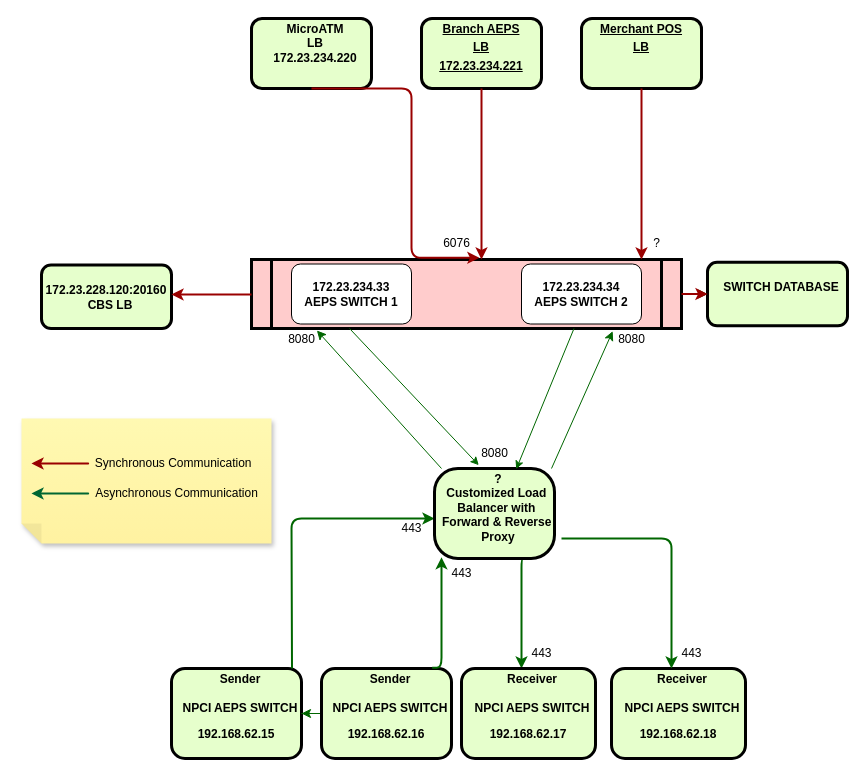
KrishnaST/corelib keeps this draw.io diagram as Untitled Diagram.drawio. Above is the earlier version. Source tidied: cells renumbered, new cells numbered last; positions are measured from the earlier drawing's top-left corner, leaving out a move shared by most shapes. Both pictures are drawn from the tidied source at 100%, with x=0, y=0 at pixel (21, 18).
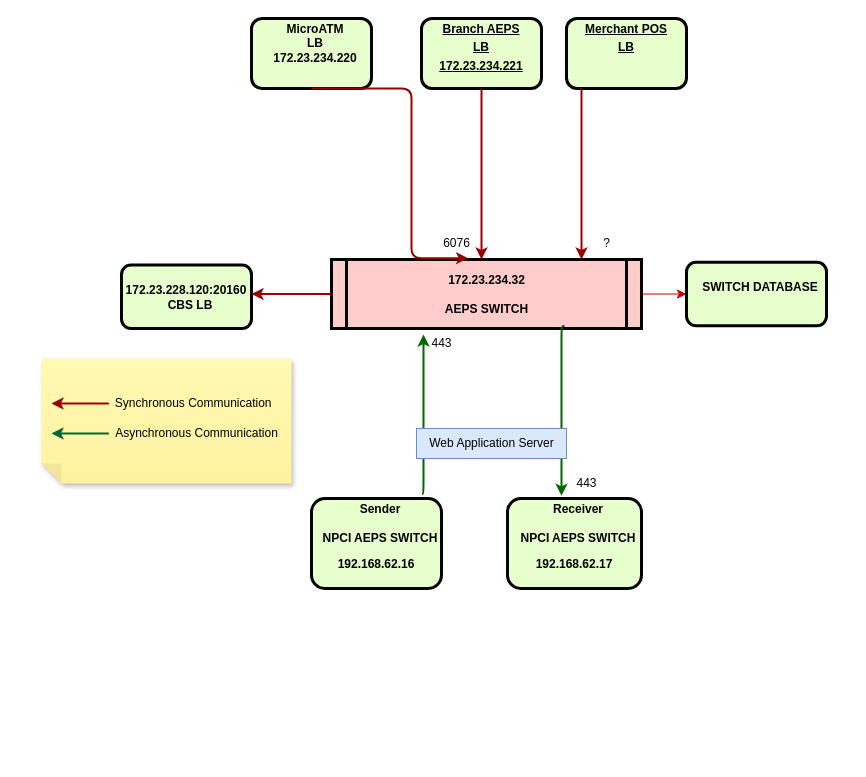
Above is the later version.

Commit message:
IPPB FLOW

Unchanged cells that the change refers to:
```xml
<mxCell id="2" value="&lt;p style=&quot;margin: 0px; margin-top: 4px; text-align: center; text-decoration: underline;&quot;&gt;&lt;/p&gt;&lt;p style=&quot;margin: 0px; margin-left: 8px;&quot;&gt;MicroATM&lt;/p&gt;&lt;p style=&quot;margin: 0px; margin-left: 8px;&quot;&gt;LB&lt;/p&gt;&lt;p style=&quot;margin: 0px; margin-left: 8px;&quot;&gt;172.23.234.220&lt;/p&gt;" style="verticalAlign=middle;align=center;overflow=fill;fontSize=12;fontFamily=Helvetica;html=1;rounded=1;fontStyle=1;strokeWidth=3;fillColor=#E6FFCC;" parent="1" vertex="1">
  <mxGeometry x="230" width="120" height="70" as="geometry" />
</mxCell>
<mxCell id="35" value="6076" style="text;html=1;align=center;verticalAlign=middle;points=[];fillColor=none;strokeColor=none;rounded=0;" parent="1" vertex="1">
  <mxGeometry x="410" y="210" width="50" height="30" as="geometry" />
</mxCell>
```

The edit, as a diff of the source:
```diff
@@
-    <mxCell id="3" style="edgeStyle=orthogonalEdgeStyle;rounded=0;jettySize=auto;html=1;strokeColor=#006600;endSize=7;" parent="1" edge="1" source="4" target="39">
+    <mxCell id="3" style="edgeStyle=orthogonalEdgeStyle;rounded=0;jettySize=auto;html=1;strokeColor=#CC0000;endSize=7;" parent="1" edge="1" source="4" target="39">
       <mxGeometry relative="1" as="geometry" />
     </mxCell>
-    <mxCell id="4" style="shape=process;whiteSpace=wrap;align=center;verticalAlign=middle;size=0.0475;fontStyle=1;strokeWidth=3;fillColor=#FFCCCC;" parent="1" vertex="1">
-      <mxGeometry x="230" y="241" width="430" height="69" as="geometry" />
+    <mxCell id="4" value="172.23.234.32&#10;&#10;AEPS SWITCH" style="shape=process;whiteSpace=wrap;align=center;verticalAlign=middle;size=0.0475;fontStyle=1;strokeWidth=3;fillColor=#FFCCCC;" parent="1" vertex="1">
+      <mxGeometry x="310" y="241" width="310" height="69" as="geometry" />
     </mxCell>
@@
     <mxCell id="6" value="&lt;p style=&quot;margin: 0px; margin-top: 4px; text-align: center; text-decoration: underline;&quot;&gt;&lt;/p&gt;&lt;p style=&quot;text-decoration-line: underline; margin: 4px 0px 0px;&quot;&gt;Merchant POS&lt;/p&gt;&lt;p style=&quot;text-decoration-line: underline; margin: 4px 0px 0px;&quot;&gt;LB&lt;/p&gt;" style="verticalAlign=middle;align=center;overflow=fill;fontSize=12;fontFamily=Helvetica;html=1;rounded=1;fontStyle=1;strokeWidth=3;fillColor=#E6FFCC;" parent="1" vertex="1">
-      <mxGeometry x="560" width="120" height="70" as="geometry" />
+      <mxGeometry x="545" width="120" height="70" as="geometry" />
     </mxCell>
     <mxCell id="7" value="&lt;p style=&quot;margin: 0px; margin-top: 4px; text-align: center; text-decoration: underline;&quot;&gt;&lt;/p&gt;&lt;br&gt;172.23.228.120:20160&lt;br&gt;&lt;p style=&quot;margin: 0px; margin-left: 8px;&quot;&gt;&lt;span style=&quot;background-color: initial;&quot;&gt;CBS LB&lt;/span&gt;&lt;br&gt;&lt;/p&gt;" style="verticalAlign=middle;align=center;overflow=fill;fontSize=12;fontFamily=Helvetica;html=1;rounded=1;fontStyle=1;strokeWidth=3;fillColor=#E6FFCC;" parent="1" vertex="1">
-      <mxGeometry x="20" y="246.5" width="130" height="63.5" as="geometry" />
+      <mxGeometry x="100" y="246.5" width="130" height="63.5" as="geometry" />
     </mxCell>
-    <mxCell id="8" value="&lt;p style=&quot;margin: 0px; margin-top: 4px; text-align: center; text-decoration: underline;&quot;&gt;&lt;/p&gt;&lt;p style=&quot;margin: 0px; margin-left: 8px;&quot;&gt;&lt;span style=&quot;background-color: initial;&quot;&gt;Sender&lt;/span&gt;&lt;br&gt;&lt;/p&gt;&lt;p style=&quot;margin: 0px; margin-left: 8px;&quot;&gt;&lt;span style=&quot;background-color: initial;&quot;&gt;&lt;br&gt;&lt;/span&gt;&lt;/p&gt;&lt;p style=&quot;margin: 0px; margin-left: 8px;&quot;&gt;NPCI AEPS SWITCH&lt;/p&gt;&lt;p align=&quot;center&quot; class=&quot;MsoNormal&quot;&gt;&lt;span lang=&quot;EN-US&quot;&gt;192.168.62.15&lt;/span&gt;&lt;/p&gt;" style="verticalAlign=middle;align=center;overflow=fill;fontSize=12;fontFamily=Helvetica;html=1;rounded=1;fontStyle=1;strokeWidth=3;fillColor=#E6FFCC;" parent="1" vertex="1">
-      <mxGeometry x="150" y="650" width="130" height="90" as="geometry" />
-    </mxCell>
-    <mxCell id="9" style="edgeStyle=elbowEdgeStyle;elbow=horizontal;strokeColor=#990000;strokeWidth=2;entryX=0.53;entryY=-0.024;entryDx=0;entryDy=0;entryPerimeter=0;exitX=0.5;exitY=1;exitDx=0;exitDy=0;" parent="1" edge="1" source="2" target="4">
+    <mxCell id="9" style="edgeStyle=elbowEdgeStyle;elbow=horizontal;strokeColor=#990000;strokeWidth=2;exitX=0.5;exitY=1;exitDx=0;exitDy=0;entryX=0.733;entryY=0.989;entryDx=0;entryDy=0;entryPerimeter=0;" parent="1" edge="1" source="2" target="35">
       <mxGeometry relative="1" as="geometry">
         <Array as="points">
           <mxPoint x="390" y="90" />
           <mxPoint x="420" y="200" />
           <mxPoint x="290" y="100" />
           <mxPoint x="350" y="100" />
           <mxPoint x="360" y="80" />
           <mxPoint x="420" y="220" />
           <mxPoint x="390" y="170" />
           <mxPoint x="360" y="100" />
           <mxPoint x="460" y="240" />
           <mxPoint x="300" y="80" />
           <mxPoint x="260" y="50" />
           <mxPoint x="280" y="70" />
           <mxPoint x="290" y="100" />
           <mxPoint x="300" y="120" />
           <mxPoint x="280" y="210" />
         </Array>
       </mxGeometry>
     </mxCell>
@@
     <mxCell id="11" style="edgeStyle=elbowEdgeStyle;elbow=horizontal;strokeColor=#990000;strokeWidth=2;" parent="1" edge="1" source="6" target="4">
       <mxGeometry relative="1" as="geometry">
         <Array as="points">
+          <mxPoint x="560" y="130" />
           <mxPoint x="620" y="90" />
           <mxPoint x="580" y="70" />
           <mxPoint x="560" y="80" />
           <mxPoint x="600" y="100" />
         </Array>
       </mxGeometry>
     </mxCell>
-    <mxCell id="12" style="edgeStyle=elbowEdgeStyle;elbow=horizontal;strokeColor=#006600;strokeWidth=2;exitX=0.75;exitY=1;exitDx=0;exitDy=0;" parent="1" edge="1" source="24">
+    <mxCell id="12" style="edgeStyle=elbowEdgeStyle;elbow=horizontal;strokeColor=#006600;strokeWidth=2;exitX=0.75;exitY=1;exitDx=0;exitDy=0;entryX=0.403;entryY=-0.03;entryDx=0;entryDy=0;entryPerimeter=0;" parent="1" edge="1" target="32">
       <mxGeometry relative="1" as="geometry">
-        <mxPoint x="500" y="650" as="targetPoint" />
+        <mxPoint x="543" y="307.5" as="sourcePoint" />
         <Array as="points">
-          <mxPoint x="500" y="600" />
-          <mxPoint x="500" y="660" />
-          <mxPoint x="500" y="640" />
-          <mxPoint x="500" y="630" />
-          <mxPoint x="500" y="650" />
-          <mxPoint x="440" y="590" />
-          <mxPoint x="430" y="610" />
-          <mxPoint x="440" y="600" />
-          <mxPoint x="440" y="620" />
-          <mxPoint x="440" y="630" />
-          <mxPoint x="440" y="650" />
-          <mxPoint x="440" y="580" />
-          <mxPoint x="380" y="420" />
-          <mxPoint x="360" y="420" />
-          <mxPoint x="390" y="330" />
+          <mxPoint x="540" y="427.5" />
+          <mxPoint x="540" y="407.5" />
+          <mxPoint x="540" y="397.5" />
+          <mxPoint x="540" y="417.5" />
+          <mxPoint x="480" y="357.5" />
+          <mxPoint x="470" y="377.5" />
+          <mxPoint x="480" y="367.5" />
+          <mxPoint x="480" y="387.5" />
+          <mxPoint x="480" y="397.5" />
+          <mxPoint x="480" y="417.5" />
+          <mxPoint x="480" y="347.5" />
+          <mxPoint x="420" y="187.5" />
+          <mxPoint x="400" y="187.5" />
+          <mxPoint x="430" y="97.5" />
         </Array>
       </mxGeometry>
     </mxCell>
-    <mxCell id="13" style="edgeStyle=elbowEdgeStyle;elbow=horizontal;strokeColor=#006600;strokeWidth=2;" parent="1" edge="1">
-      <mxGeometry relative="1" as="geometry">
-        <mxPoint x="270.5" y="650" as="sourcePoint" />
-        <mxPoint x="413" y="500" as="targetPoint" />
-        <Array as="points">
-          <mxPoint x="270" y="570" />
-          <mxPoint x="313" y="510" />
-          <mxPoint x="193" y="590" />
-          <mxPoint x="233" y="550" />
-          <mxPoint x="243" y="540" />
-          <mxPoint x="293" y="520" />
-          <mxPoint x="465" y="540" />
-          <mxPoint x="463" y="520" />
-          <mxPoint x="453" y="530" />
-          <mxPoint x="363" y="500" />
-          <mxPoint x="363" y="440" />
-          <mxPoint x="473" y="360" />
-          <mxPoint x="433" y="420" />
-          <mxPoint x="443" y="390" />
-          <mxPoint x="403" y="380" />
-          <mxPoint x="393" y="350" />
-          <mxPoint x="363" y="270" />
-        </Array>
-      </mxGeometry>
-    </mxCell>
@@
     <mxCell id="17" style="shape=note;whiteSpace=wrap;html=1;backgroundOutline=1;fontColor=#000000;darkOpacity=0.05;fillColor=#FFF9B2;strokeColor=none;fillStyle=solid;direction=west;gradientDirection=north;gradientColor=#FFF2A1;shadow=1;size=20;" parent="1" vertex="1">
-      <mxGeometry y="400" width="250" height="125" as="geometry" />
+      <mxGeometry x="20" y="340" width="250" height="125" as="geometry" />
     </mxCell>
     <mxCell id="18" style="edgeStyle=elbowEdgeStyle;elbow=horizontal;strokeColor=#990000;strokeWidth=2;" parent="1" edge="1">
       <mxGeometry relative="1" as="geometry">
-        <mxPoint x="60" y="445" as="sourcePoint" />
-        <mxPoint x="10" y="445" as="targetPoint" />
+        <mxPoint x="80" y="385" as="sourcePoint" />
+        <mxPoint x="30" y="385" as="targetPoint" />
         <Array as="points">
-          <mxPoint x="70" y="445" />
-          <mxPoint x="100" y="441" />
-          <mxPoint x="150" y="495" />
+          <mxPoint x="90" y="385" />
+          <mxPoint x="120" y="381" />
+          <mxPoint x="170" y="435" />
         </Array>
       </mxGeometry>
     </mxCell>
     <mxCell id="19" value="&amp;nbsp;Synchronous Communication" style="text;html=1;align=center;verticalAlign=middle;fillColor=none;strokeColor=none;rounded=0;" parent="1" vertex="1">
-      <mxGeometry x="60" y="430" width="180" height="30" as="geometry" />
+      <mxGeometry x="80" y="370" width="180" height="30" as="geometry" />
     </mxCell>
     <mxCell id="20" style="edgeStyle=elbowEdgeStyle;elbow=horizontal;strokeColor=#006633;strokeWidth=2;" parent="1" edge="1">
       <mxGeometry relative="1" as="geometry">
-        <mxPoint x="60" y="475" as="sourcePoint" />
-        <mxPoint x="10" y="475" as="targetPoint" />
+        <mxPoint x="80" y="415" as="sourcePoint" />
+        <mxPoint x="30" y="415" as="targetPoint" />
         <Array as="points">
-          <mxPoint x="70" y="475" />
-          <mxPoint x="100" y="471" />
-          <mxPoint x="150" y="525" />
+          <mxPoint x="90" y="415" />
+          <mxPoint x="120" y="411" />
+          <mxPoint x="170" y="465" />
         </Array>
       </mxGeometry>
     </mxCell>
     <mxCell id="21" value="Asynchronous Communication" style="text;html=1;align=center;verticalAlign=middle;fillColor=none;strokeColor=none;rounded=0;" parent="1" vertex="1">
-      <mxGeometry x="60" y="460" width="190" height="30" as="geometry" />
+      <mxGeometry x="80" y="400" width="190" height="30" as="geometry" />
     </mxCell>
-    <mxCell id="22" value="&lt;b&gt;172.23.234.33&lt;/b&gt;&lt;br&gt;&lt;b&gt;AEPS SWITCH 1&lt;/b&gt;" style="rounded=1;whiteSpace=wrap;html=1;" parent="1" vertex="1">
-      <mxGeometry x="270" y="245.5" width="120" height="60" as="geometry" />
-    </mxCell>
-    <mxCell id="23" value="&lt;b&gt;172.23.234.34&lt;br&gt;AEPS SWITCH 2&lt;/b&gt;" style="rounded=1;whiteSpace=wrap;html=1;" parent="1" vertex="1">
-      <mxGeometry x="500" y="245.5" width="120" height="60" as="geometry" />
-    </mxCell>
-    <mxCell id="24" value="&lt;p style=&quot;margin: 0px; margin-top: 4px; text-align: center; text-decoration: underline;&quot;&gt;&lt;/p&gt;&lt;p style=&quot;margin: 0px; margin-left: 8px;&quot;&gt;&lt;span style=&quot;background-color: initial;&quot;&gt;?&lt;/span&gt;&lt;/p&gt;&lt;p style=&quot;margin: 0px; margin-left: 8px;&quot;&gt;&lt;span style=&quot;background-color: initial;&quot;&gt;Customized Load&amp;nbsp;&lt;/span&gt;&lt;br&gt;&lt;/p&gt;&lt;p style=&quot;margin: 0px; margin-left: 8px;&quot;&gt;Balancer with&amp;nbsp;&lt;/p&gt;&lt;p style=&quot;margin: 0px; margin-left: 8px;&quot;&gt;Forward &amp;amp; Reverse&amp;nbsp;&lt;/p&gt;&lt;p style=&quot;margin: 0px; margin-left: 8px;&quot;&gt;Proxy&lt;/p&gt;&lt;p style=&quot;margin: 0px; margin-left: 8px;&quot;&gt;&lt;br&gt;&lt;/p&gt;&lt;p style=&quot;margin: 0px; margin-left: 8px;&quot;&gt;&lt;br&gt;&lt;/p&gt;" style="verticalAlign=middle;align=center;overflow=fill;fontSize=12;fontFamily=Helvetica;html=1;rounded=1;fontStyle=1;strokeWidth=3;fillColor=#E6FFCC;arcSize=26;" parent="1" vertex="1">
-      <mxGeometry x="413" y="450" width="120" height="90" as="geometry" />
-    </mxCell>
-    <mxCell id="25" style="endArrow=classic;html=1;rounded=0;strokeColor=#006600;entryX=0.152;entryY=1.029;entryDx=0;entryDy=0;entryPerimeter=0;endSize=7;" parent="1" edge="1" target="4">
-      <mxGeometry relative="1" as="geometry">
-        <mxPoint x="420" y="450" as="sourcePoint" />
-      </mxGeometry>
-    </mxCell>
-    <mxCell id="26" style="endArrow=classic;html=1;rounded=0;strokeColor=#006600;exitX=0.228;exitY=1;exitDx=0;exitDy=0;exitPerimeter=0;entryX=0.369;entryY=-0.037;entryDx=0;entryDy=0;entryPerimeter=0;" parent="1" edge="1" source="4" target="24">
-      <mxGeometry relative="1" as="geometry" />
-    </mxCell>
-    <mxCell id="27" style="endArrow=classic;html=1;rounded=0;strokeColor=#006600;entryX=0.84;entryY=1.039;entryDx=0;entryDy=0;entryPerimeter=0;endSize=7;" parent="1" edge="1" target="4">
-      <mxGeometry relative="1" as="geometry">
-        <mxPoint x="530" y="450" as="sourcePoint" />
-      </mxGeometry>
-    </mxCell>
-    <mxCell id="28" style="endArrow=classic;html=1;rounded=0;strokeColor=#006600;exitX=0.75;exitY=1;exitDx=0;exitDy=0;entryX=0.681;entryY=0.007;entryDx=0;entryDy=0;entryPerimeter=0;" parent="1" edge="1" source="4" target="24">
-      <mxGeometry relative="1" as="geometry" />
-    </mxCell>
-    <mxCell id="29" value="&lt;p style=&quot;margin: 0px; margin-top: 4px; text-align: center; text-decoration: underline;&quot;&gt;&lt;/p&gt;&lt;p style=&quot;margin: 0px; margin-left: 8px;&quot;&gt;Receiver&lt;/p&gt;&lt;p style=&quot;margin: 0px; margin-left: 8px;&quot;&gt;&lt;br&gt;&lt;/p&gt;&lt;p style=&quot;margin: 0px; margin-left: 8px;&quot;&gt;NPCI AEPS SWITCH&lt;/p&gt;&lt;p align=&quot;center&quot; class=&quot;MsoNormal&quot;&gt;&lt;span lang=&quot;EN-US&quot;&gt;192.168.62.18&lt;/span&gt;&lt;/p&gt;&lt;p align=&quot;center&quot; class=&quot;MsoNormal&quot;&gt;&lt;span lang=&quot;EN-US&quot;&gt;&lt;br&gt;&lt;/span&gt;&lt;/p&gt;" style="verticalAlign=middle;align=center;overflow=fill;fontSize=12;fontFamily=Helvetica;html=1;rounded=1;fontStyle=1;strokeWidth=3;fillColor=#E6FFCC;" parent="1" vertex="1">
-      <mxGeometry x="590" y="650" width="134" height="90" as="geometry" />
-    </mxCell>
-    <mxCell id="30" style="edgeStyle=orthogonalEdgeStyle;rounded=0;jettySize=auto;html=1;strokeColor=#006600;endSize=7;" parent="1" edge="1" source="31" target="8">
-      <mxGeometry relative="1" as="geometry" />
-    </mxCell>
     <mxCell id="31" value="&lt;p style=&quot;margin: 0px; margin-top: 4px; text-align: center; text-decoration: underline;&quot;&gt;&lt;/p&gt;&lt;p style=&quot;margin: 0px; margin-left: 8px;&quot;&gt;&lt;span style=&quot;background-color: initial;&quot;&gt;Sender&lt;/span&gt;&lt;br&gt;&lt;/p&gt;&lt;p style=&quot;margin: 0px; margin-left: 8px;&quot;&gt;&lt;span style=&quot;background-color: initial;&quot;&gt;&lt;br&gt;&lt;/span&gt;&lt;/p&gt;&lt;p style=&quot;margin: 0px; margin-left: 8px;&quot;&gt;NPCI AEPS SWITCH&lt;/p&gt;&lt;p align=&quot;center&quot; class=&quot;MsoNormal&quot;&gt;&lt;span lang=&quot;EN-US&quot;&gt;192.168.62.16&lt;/span&gt;&lt;/p&gt;" style="verticalAlign=middle;align=center;overflow=fill;fontSize=12;fontFamily=Helvetica;html=1;rounded=1;fontStyle=1;strokeWidth=3;fillColor=#E6FFCC;" parent="1" vertex="1">
-      <mxGeometry x="300" y="650" width="130" height="90" as="geometry" />
+      <mxGeometry x="290" y="480" width="130" height="90" as="geometry" />
     </mxCell>
     <mxCell id="32" value="&lt;p style=&quot;margin: 0px; margin-top: 4px; text-align: center; text-decoration: underline;&quot;&gt;&lt;/p&gt;&lt;p style=&quot;margin: 0px; margin-left: 8px;&quot;&gt;Receiver&lt;/p&gt;&lt;p style=&quot;margin: 0px; margin-left: 8px;&quot;&gt;&lt;br&gt;&lt;/p&gt;&lt;p style=&quot;margin: 0px; margin-left: 8px;&quot;&gt;NPCI AEPS SWITCH&lt;/p&gt;&lt;p align=&quot;center&quot; class=&quot;MsoNormal&quot;&gt;&lt;span lang=&quot;EN-US&quot;&gt;192.168.62.17&lt;/span&gt;&lt;/p&gt;" style="verticalAlign=middle;align=center;overflow=fill;fontSize=12;fontFamily=Helvetica;html=1;rounded=1;fontStyle=1;strokeWidth=3;fillColor=#E6FFCC;" parent="1" vertex="1">
-      <mxGeometry x="440" y="650" width="134" height="90" as="geometry" />
+      <mxGeometry x="486" y="480" width="134" height="90" as="geometry" />
     </mxCell>
-    <mxCell id="33" style="edgeStyle=elbowEdgeStyle;elbow=horizontal;strokeColor=#006600;strokeWidth=2;" parent="1" edge="1">
-      <mxGeometry relative="1" as="geometry">
-        <mxPoint x="540" y="520" as="sourcePoint" />
-        <mxPoint x="650" y="650" as="targetPoint" />
-        <Array as="points">
-          <mxPoint x="650" y="580" />
-          <mxPoint x="660" y="650" />
-          <mxPoint x="660" y="630" />
-          <mxPoint x="660" y="620" />
-          <mxPoint x="660" y="640" />
-          <mxPoint x="600" y="580" />
-          <mxPoint x="590" y="600" />
-          <mxPoint x="600" y="590" />
-          <mxPoint x="600" y="610" />
-          <mxPoint x="600" y="620" />
-          <mxPoint x="600" y="640" />
-          <mxPoint x="600" y="570" />
-          <mxPoint x="540" y="410" />
-          <mxPoint x="520" y="410" />
-          <mxPoint x="550" y="320" />
-        </Array>
-      </mxGeometry>
-    </mxCell>
-    <mxCell id="34" style="edgeStyle=elbowEdgeStyle;elbow=horizontal;strokeColor=#006600;strokeWidth=2;exitX=0.851;exitY=-0.007;exitDx=0;exitDy=0;exitPerimeter=0;entryX=0.064;entryY=0.985;entryDx=0;entryDy=0;entryPerimeter=0;" parent="1" edge="1" source="31" target="24">
+    <mxCell id="34" style="edgeStyle=elbowEdgeStyle;elbow=horizontal;strokeColor=#006600;strokeWidth=2;exitX=0.851;exitY=-0.007;exitDx=0;exitDy=0;exitPerimeter=0;" parent="1" edge="1">
       <mxGeometry relative="1" as="geometry">
+        <mxPoint x="400.6" y="475.4" as="sourcePoint" />
+        <mxPoint x="402" y="316" as="targetPoint" />
         <Array as="points">
-          <mxPoint x="420" y="540" />
-          <mxPoint x="420" y="580" />
-          <mxPoint x="363" y="520" />
-          <mxPoint x="243" y="600" />
-          <mxPoint x="283" y="560" />
-          <mxPoint x="293" y="550" />
-          <mxPoint x="343" y="530" />
-          <mxPoint x="515" y="550" />
-          <mxPoint x="513" y="530" />
-          <mxPoint x="503" y="540" />
-          <mxPoint x="413" y="510" />
-          <mxPoint x="413" y="450" />
-          <mxPoint x="523" y="370" />
-          <mxPoint x="483" y="430" />
-          <mxPoint x="493" y="400" />
-          <mxPoint x="453" y="390" />
-          <mxPoint x="443" y="360" />
-          <mxPoint x="413" y="280" />
+          <mxPoint x="402" y="326" />
+          <mxPoint x="401" y="346" />
+          <mxPoint x="440" y="316" />
+          <mxPoint x="440" y="346" />
+          <mxPoint x="420" y="536" />
+          <mxPoint x="420" y="576" />
+          <mxPoint x="363" y="516" />
+          <mxPoint x="243" y="596" />
+          <mxPoint x="283" y="556" />
+          <mxPoint x="293" y="546" />
+          <mxPoint x="343" y="526" />
+          <mxPoint x="515" y="546" />
+          <mxPoint x="513" y="526" />
+          <mxPoint x="503" y="536" />
+          <mxPoint x="413" y="506" />
+          <mxPoint x="413" y="446" />
+          <mxPoint x="523" y="366" />
+          <mxPoint x="483" y="426" />
+          <mxPoint x="493" y="396" />
+          <mxPoint x="453" y="386" />
+          <mxPoint x="443" y="356" />
+          <mxPoint x="413" y="276" />
         </Array>
       </mxGeometry>
     </mxCell>
@@
     <mxCell id="36" value="?" style="text;html=1;align=center;verticalAlign=middle;fillColor=none;strokeColor=none;rounded=0;" parent="1" vertex="1">
-      <mxGeometry x="620" y="210" width="30" height="30" as="geometry" />
+      <mxGeometry x="570" y="210" width="30" height="30" as="geometry" />
     </mxCell>
-    <mxCell id="37" value="8080" style="text;html=1;align=center;verticalAlign=middle;fillColor=none;strokeColor=none;rounded=0;" parent="1" vertex="1">
-      <mxGeometry x="255" y="305.5" width="50" height="30" as="geometry" />
-    </mxCell>
-    <mxCell id="38" value="8080" style="text;html=1;align=center;verticalAlign=middle;fillColor=none;strokeColor=none;rounded=0;" parent="1" vertex="1">
-      <mxGeometry x="585" y="305.5" width="50" height="30" as="geometry" />
+    <mxCell id="38" value="443" style="text;html=1;align=center;verticalAlign=middle;fillColor=none;strokeColor=none;rounded=0;" parent="1" vertex="1">
+      <mxGeometry x="545" y="450" width="40" height="30" as="geometry" />
     </mxCell>
     <mxCell id="39" value="&lt;p style=&quot;margin: 0px; margin-top: 4px; text-align: center; text-decoration: underline;&quot;&gt;&lt;/p&gt;&lt;br&gt;&lt;p style=&quot;margin: 0px; margin-left: 8px;&quot;&gt;&lt;span style=&quot;background-color: initial;&quot;&gt;SWITCH DATABASE&lt;/span&gt;&lt;br&gt;&lt;/p&gt;&lt;p style=&quot;margin: 0px; margin-left: 8px;&quot;&gt;&lt;span style=&quot;background-color: initial;&quot;&gt;&lt;br&gt;&lt;/span&gt;&lt;/p&gt;" style="verticalAlign=middle;align=center;overflow=fill;fontSize=12;fontFamily=Helvetica;html=1;rounded=1;fontStyle=1;strokeWidth=3;fillColor=#E6FFCC;" parent="1" vertex="1">
-      <mxGeometry x="686" y="243.8" width="140" height="63.5" as="geometry" />
+      <mxGeometry x="665" y="243.8" width="140" height="63.5" as="geometry" />
     </mxCell>
-    <mxCell id="40" style="edgeStyle=elbowEdgeStyle;elbow=horizontal;strokeColor=#990000;strokeWidth=2;entryX=0;entryY=0.5;entryDx=0;entryDy=0;exitX=1;exitY=0.5;exitDx=0;exitDy=0;" parent="1" edge="1" source="4" target="39">
-      <mxGeometry relative="1" as="geometry">
-        <Array as="points">
-          <mxPoint x="680" y="276" />
-          <mxPoint x="710" y="260" />
-          <mxPoint x="650" y="280" />
-          <mxPoint x="630" y="274" />
-          <mxPoint x="660" y="270" />
-          <mxPoint x="710" y="324" />
-        </Array>
-      </mxGeometry>
-    </mxCell>
-    <mxCell id="41" value="443" style="text;html=1;align=center;verticalAlign=middle;fillColor=none;strokeColor=none;rounded=0;" parent="1" vertex="1">
-      <mxGeometry x="370" y="495" width="40" height="30" as="geometry" />
-    </mxCell>
-    <mxCell id="42" value="443" style="text;html=1;align=center;verticalAlign=middle;fillColor=none;strokeColor=none;rounded=0;" parent="1" vertex="1">
-      <mxGeometry x="500" y="620" width="40" height="30" as="geometry" />
-    </mxCell>
     <mxCell id="43" value="443" style="text;html=1;align=center;verticalAlign=middle;fillColor=none;strokeColor=none;rounded=0;" parent="1" vertex="1">
-      <mxGeometry x="420" y="540" width="40" height="30" as="geometry" />
+      <mxGeometry x="400" y="310" width="40" height="30" as="geometry" />
     </mxCell>
-    <mxCell id="44" value="443" style="text;html=1;align=center;verticalAlign=middle;fillColor=none;strokeColor=none;rounded=0;" parent="1" vertex="1">
-      <mxGeometry x="650" y="620" width="40" height="30" as="geometry" />
-    </mxCell>
-    <mxCell id="45" value="8080" style="text;html=1;align=center;verticalAlign=middle;fillColor=none;strokeColor=none;rounded=0;" parent="1" vertex="1">
-      <mxGeometry x="448" y="420" width="50" height="30" as="geometry" />
-    </mxCell>
+    <mxCell id="46" value="Web Application Server" style="text;html=1;align=center;verticalAlign=middle;fillColor=#dae8fc;strokeColor=#6c8ebf;rounded=0;" parent="1" vertex="1">
+      <mxGeometry x="395" y="410" width="150" height="30" as="geometry" />
+    </mxCell>
```
